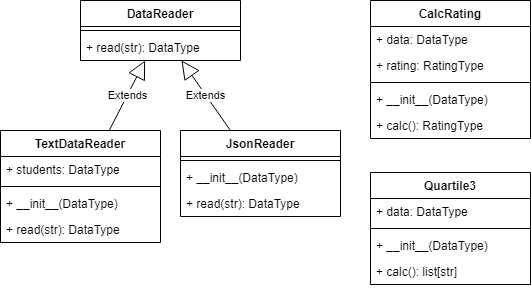
The draw.io diagram img/TP_Lab1.drawio.png in Capaldi12/PTLab1-2022, before a commit. Source tidied: cells renumbered, new cells last; positions are measured from the earlier drawing's top-left corner, leaving out a move shared by most shapes. The source it was exported from:
```xml
<mxGraphModel>
  <root>
    <mxCell id="0" />
    <mxCell id="1" parent="0" />
    <mxCell id="2" value="DataReader" style="swimlane;fontStyle=1;align=center;verticalAlign=top;horizontal=1;startSize=26;" parent="1" vertex="1">
      <mxGeometry x="80" width="160" height="60" as="geometry" />
    </mxCell>
    <mxCell id="3" style="line;strokeWidth=1;fillColor=none;align=left;verticalAlign=middle;spacingTop=-1;spacingLeft=3;spacingRight=3;labelPosition=right;strokeColor=inherit;" parent="2" vertex="1">
      <mxGeometry y="26" width="160" height="8" as="geometry" />
    </mxCell>
    <mxCell id="4" value="+ read(str): DataType" style="text;strokeColor=none;fillColor=none;align=left;verticalAlign=top;spacingLeft=4;spacingRight=4;overflow=hidden;" parent="2" vertex="1">
      <mxGeometry y="34" width="160" height="26" as="geometry" />
    </mxCell>
    <mxCell id="5" value="TextDataReader" style="swimlane;fontStyle=1;align=center;verticalAlign=top;horizontal=1;startSize=26;" parent="1" vertex="1">
      <mxGeometry y="130" width="160" height="112" as="geometry" />
    </mxCell>
    <mxCell id="6" value="+ students: DataType" style="text;strokeColor=none;fillColor=none;align=left;verticalAlign=top;spacingLeft=4;spacingRight=4;overflow=hidden;" parent="5" vertex="1">
      <mxGeometry y="26" width="160" height="26" as="geometry" />
    </mxCell>
    <mxCell id="7" style="line;strokeWidth=1;fillColor=none;align=left;verticalAlign=middle;spacingTop=-1;spacingLeft=3;spacingRight=3;labelPosition=right;strokeColor=inherit;" parent="5" vertex="1">
      <mxGeometry y="52" width="160" height="8" as="geometry" />
    </mxCell>
    <mxCell id="8" value="+ __init__(DataType)" style="text;strokeColor=none;fillColor=none;align=left;verticalAlign=top;spacingLeft=4;spacingRight=4;overflow=hidden;" parent="5" vertex="1">
      <mxGeometry y="60" width="160" height="26" as="geometry" />
    </mxCell>
    <mxCell id="9" value="+ read(str): DataType" style="text;strokeColor=none;fillColor=none;align=left;verticalAlign=top;spacingLeft=4;spacingRight=4;overflow=hidden;" parent="5" vertex="1">
      <mxGeometry y="86" width="160" height="26" as="geometry" />
    </mxCell>
    <mxCell id="10" value="JsonReader" style="swimlane;fontStyle=1;align=center;verticalAlign=top;horizontal=1;startSize=26;" parent="1" vertex="1">
      <mxGeometry x="180" y="130" width="160" height="86" as="geometry" />
    </mxCell>
    <mxCell id="11" style="line;strokeWidth=1;fillColor=none;align=left;verticalAlign=middle;spacingTop=-1;spacingLeft=3;spacingRight=3;labelPosition=right;strokeColor=inherit;" parent="10" vertex="1">
      <mxGeometry y="26" width="160" height="8" as="geometry" />
    </mxCell>
    <mxCell id="12" value="+ __init__(DataType)" style="text;strokeColor=none;fillColor=none;align=left;verticalAlign=top;spacingLeft=4;spacingRight=4;overflow=hidden;" parent="10" vertex="1">
      <mxGeometry y="34" width="160" height="26" as="geometry" />
    </mxCell>
    <mxCell id="13" value="+ read(str): DataType" style="text;strokeColor=none;fillColor=none;align=left;verticalAlign=top;spacingLeft=4;spacingRight=4;overflow=hidden;" parent="10" vertex="1">
      <mxGeometry y="60" width="160" height="26" as="geometry" />
    </mxCell>
    <mxCell id="14" value="Extends" style="endArrow=block;endSize=16;endFill=0;html=1;rounded=0;" parent="1" edge="1" source="5" target="2">
      <mxGeometry relative="1" as="geometry" />
    </mxCell>
    <mxCell id="15" value="Extends" style="endArrow=block;endSize=16;endFill=0;html=1;rounded=0;" parent="1" edge="1" source="10" target="2">
      <mxGeometry relative="1" as="geometry" />
    </mxCell>
    <mxCell id="16" value="CalcRating" style="swimlane;fontStyle=1;align=center;verticalAlign=top;horizontal=1;startSize=26;" parent="1" vertex="1">
      <mxGeometry x="370" width="160" height="138" as="geometry" />
    </mxCell>
    <mxCell id="17" value="+ data: DataType" style="text;strokeColor=none;fillColor=none;align=left;verticalAlign=top;spacingLeft=4;spacingRight=4;overflow=hidden;" parent="16" vertex="1">
      <mxGeometry y="26" width="160" height="26" as="geometry" />
    </mxCell>
    <mxCell id="18" value="+ rating: RatingType" style="text;strokeColor=none;fillColor=none;align=left;verticalAlign=top;spacingLeft=4;spacingRight=4;overflow=hidden;" parent="16" vertex="1">
      <mxGeometry y="52" width="160" height="26" as="geometry" />
    </mxCell>
    <mxCell id="19" style="line;strokeWidth=1;fillColor=none;align=left;verticalAlign=middle;spacingTop=-1;spacingLeft=3;spacingRight=3;labelPosition=right;strokeColor=inherit;" parent="16" vertex="1">
      <mxGeometry y="78" width="160" height="8" as="geometry" />
    </mxCell>
    <mxCell id="20" value="+ __init__(DataType)" style="text;strokeColor=none;fillColor=none;align=left;verticalAlign=top;spacingLeft=4;spacingRight=4;overflow=hidden;" parent="16" vertex="1">
      <mxGeometry y="86" width="160" height="26" as="geometry" />
    </mxCell>
    <mxCell id="21" value="+ calc(): RatingType" style="text;strokeColor=none;fillColor=none;align=left;verticalAlign=top;spacingLeft=4;spacingRight=4;overflow=hidden;" parent="16" vertex="1">
      <mxGeometry y="112" width="160" height="26" as="geometry" />
    </mxCell>
    <mxCell id="22" value="Quartile3" style="swimlane;fontStyle=1;align=center;verticalAlign=top;horizontal=1;startSize=26;" parent="1" vertex="1">
      <mxGeometry x="370" y="172" width="160" height="112" as="geometry" />
    </mxCell>
    <mxCell id="23" value="+ data: DataType" style="text;strokeColor=none;fillColor=none;align=left;verticalAlign=top;spacingLeft=4;spacingRight=4;overflow=hidden;" parent="22" vertex="1">
      <mxGeometry y="26" width="160" height="26" as="geometry" />
    </mxCell>
    <mxCell id="24" style="line;strokeWidth=1;fillColor=none;align=left;verticalAlign=middle;spacingTop=-1;spacingLeft=3;spacingRight=3;labelPosition=right;strokeColor=inherit;" parent="22" vertex="1">
      <mxGeometry y="52" width="160" height="8" as="geometry" />
    </mxCell>
    <mxCell id="25" value="+ __init__(DataType)" style="text;strokeColor=none;fillColor=none;align=left;verticalAlign=top;spacingLeft=4;spacingRight=4;overflow=hidden;" parent="22" vertex="1">
      <mxGeometry y="60" width="160" height="26" as="geometry" />
    </mxCell>
    <mxCell id="26" value="+ calc(): list[str]" style="text;strokeColor=none;fillColor=none;align=left;verticalAlign=top;spacingLeft=4;spacingRight=4;overflow=hidden;" parent="22" vertex="1">
      <mxGeometry y="86" width="160" height="26" as="geometry" />
    </mxCell>
  </root>
</mxGraphModel>
```
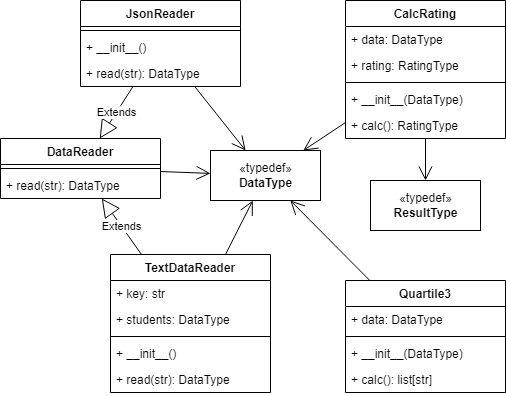
Above is the later version.

Change to the diagram source:
```diff
@@ -3,7 +3,7 @@
     <mxCell id="0" />
     <mxCell id="1" parent="0" />
     <mxCell id="2" value="DataReader" style="swimlane;fontStyle=1;align=center;verticalAlign=top;horizontal=1;startSize=26;" parent="1" vertex="1">
-      <mxGeometry x="80" width="160" height="60" as="geometry" />
+      <mxGeometry x="110" y="-20" width="160" height="60" as="geometry" />
     </mxCell>
     <mxCell id="3" style="line;strokeWidth=1;fillColor=none;align=left;verticalAlign=middle;spacingTop=-1;spacingLeft=3;spacingRight=3;labelPosition=right;strokeColor=inherit;" parent="2" vertex="1">
       <mxGeometry y="26" width="160" height="8" as="geometry" />
@@ -12,27 +12,30 @@
       <mxGeometry y="34" width="160" height="26" as="geometry" />
     </mxCell>
     <mxCell id="5" value="TextDataReader" style="swimlane;fontStyle=1;align=center;verticalAlign=top;horizontal=1;startSize=26;" parent="1" vertex="1">
-      <mxGeometry y="130" width="160" height="112" as="geometry" />
+      <mxGeometry x="220" y="96" width="160" height="138" as="geometry" />
     </mxCell>
+    <mxCell id="27" value="+ key: str" style="text;strokeColor=none;fillColor=none;align=left;verticalAlign=top;spacingLeft=4;spacingRight=4;overflow=hidden;" parent="5" vertex="1">
+      <mxGeometry y="26" width="160" height="26" as="geometry" />
+    </mxCell>
     <mxCell id="6" value="+ students: DataType" style="text;strokeColor=none;fillColor=none;align=left;verticalAlign=top;spacingLeft=4;spacingRight=4;overflow=hidden;" parent="5" vertex="1">
-      <mxGeometry y="26" width="160" height="26" as="geometry" />
+      <mxGeometry y="52" width="160" height="26" as="geometry" />
     </mxCell>
     <mxCell id="7" style="line;strokeWidth=1;fillColor=none;align=left;verticalAlign=middle;spacingTop=-1;spacingLeft=3;spacingRight=3;labelPosition=right;strokeColor=inherit;" parent="5" vertex="1">
-      <mxGeometry y="52" width="160" height="8" as="geometry" />
+      <mxGeometry y="78" width="160" height="8" as="geometry" />
     </mxCell>
-    <mxCell id="8" value="+ __init__(DataType)" style="text;strokeColor=none;fillColor=none;align=left;verticalAlign=top;spacingLeft=4;spacingRight=4;overflow=hidden;" parent="5" vertex="1">
-      <mxGeometry y="60" width="160" height="26" as="geometry" />
+    <mxCell id="8" value="+ __init__()" style="text;strokeColor=none;fillColor=none;align=left;verticalAlign=top;spacingLeft=4;spacingRight=4;overflow=hidden;" parent="5" vertex="1">
+      <mxGeometry y="86" width="160" height="26" as="geometry" />
     </mxCell>
     <mxCell id="9" value="+ read(str): DataType" style="text;strokeColor=none;fillColor=none;align=left;verticalAlign=top;spacingLeft=4;spacingRight=4;overflow=hidden;" parent="5" vertex="1">
-      <mxGeometry y="86" width="160" height="26" as="geometry" />
+      <mxGeometry y="112" width="160" height="26" as="geometry" />
     </mxCell>
     <mxCell id="10" value="JsonReader" style="swimlane;fontStyle=1;align=center;verticalAlign=top;horizontal=1;startSize=26;" parent="1" vertex="1">
-      <mxGeometry x="180" y="130" width="160" height="86" as="geometry" />
+      <mxGeometry x="190" y="-158" width="160" height="86" as="geometry" />
     </mxCell>
     <mxCell id="11" style="line;strokeWidth=1;fillColor=none;align=left;verticalAlign=middle;spacingTop=-1;spacingLeft=3;spacingRight=3;labelPosition=right;strokeColor=inherit;" parent="10" vertex="1">
       <mxGeometry y="26" width="160" height="8" as="geometry" />
     </mxCell>
-    <mxCell id="12" value="+ __init__(DataType)" style="text;strokeColor=none;fillColor=none;align=left;verticalAlign=top;spacingLeft=4;spacingRight=4;overflow=hidden;" parent="10" vertex="1">
+    <mxCell id="12" value="+ __init__()" style="text;strokeColor=none;fillColor=none;align=left;verticalAlign=top;spacingLeft=4;spacingRight=4;overflow=hidden;" parent="10" vertex="1">
       <mxGeometry y="34" width="160" height="26" as="geometry" />
     </mxCell>
     <mxCell id="13" value="+ read(str): DataType" style="text;strokeColor=none;fillColor=none;align=left;verticalAlign=top;spacingLeft=4;spacingRight=4;overflow=hidden;" parent="10" vertex="1">
@@ -45,7 +48,7 @@
       <mxGeometry relative="1" as="geometry" />
     </mxCell>
     <mxCell id="16" value="CalcRating" style="swimlane;fontStyle=1;align=center;verticalAlign=top;horizontal=1;startSize=26;" parent="1" vertex="1">
-      <mxGeometry x="370" width="160" height="138" as="geometry" />
+      <mxGeometry x="455" y="-158" width="160" height="138" as="geometry" />
     </mxCell>
     <mxCell id="17" value="+ data: DataType" style="text;strokeColor=none;fillColor=none;align=left;verticalAlign=top;spacingLeft=4;spacingRight=4;overflow=hidden;" parent="16" vertex="1">
       <mxGeometry y="26" width="160" height="26" as="geometry" />
@@ -63,7 +66,7 @@
       <mxGeometry y="112" width="160" height="26" as="geometry" />
     </mxCell>
     <mxCell id="22" value="Quartile3" style="swimlane;fontStyle=1;align=center;verticalAlign=top;horizontal=1;startSize=26;" parent="1" vertex="1">
-      <mxGeometry x="370" y="172" width="160" height="112" as="geometry" />
+      <mxGeometry x="455" y="122" width="160" height="112" as="geometry" />
     </mxCell>
     <mxCell id="23" value="+ data: DataType" style="text;strokeColor=none;fillColor=none;align=left;verticalAlign=top;spacingLeft=4;spacingRight=4;overflow=hidden;" parent="22" vertex="1">
       <mxGeometry y="26" width="160" height="26" as="geometry" />
@@ -77,5 +80,29 @@
     <mxCell id="26" value="+ calc(): list[str]" style="text;strokeColor=none;fillColor=none;align=left;verticalAlign=top;spacingLeft=4;spacingRight=4;overflow=hidden;" parent="22" vertex="1">
       <mxGeometry y="86" width="160" height="26" as="geometry" />
     </mxCell>
+    <mxCell id="28" value="«typedef»&lt;br&gt;&lt;b&gt;DataType&lt;/b&gt;" style="html=1;" parent="1" vertex="1">
+      <mxGeometry x="320" y="-8" width="110" height="50" as="geometry" />
+    </mxCell>
+    <mxCell id="29" value="«typedef»&lt;br&gt;&lt;b&gt;ResultType&lt;/b&gt;" style="html=1;" parent="1" vertex="1">
+      <mxGeometry x="480" y="22" width="110" height="50" as="geometry" />
+    </mxCell>
+    <mxCell id="30" style="endArrow=open;endFill=1;endSize=12;html=1;rounded=0;" parent="1" edge="1" source="10" target="28">
+      <mxGeometry relative="1" as="geometry" />
+    </mxCell>
+    <mxCell id="31" style="endArrow=open;endFill=1;endSize=12;html=1;rounded=0;" parent="1" edge="1" source="2" target="28">
+      <mxGeometry relative="1" as="geometry" />
+    </mxCell>
+    <mxCell id="32" style="endArrow=open;endFill=1;endSize=12;html=1;rounded=0;" parent="1" edge="1" source="5" target="28">
+      <mxGeometry relative="1" as="geometry" />
+    </mxCell>
+    <mxCell id="33" style="endArrow=open;endFill=1;endSize=12;html=1;rounded=0;" parent="1" edge="1" source="22" target="28">
+      <mxGeometry relative="1" as="geometry" />
+    </mxCell>
+    <mxCell id="34" style="endArrow=open;endFill=1;endSize=12;html=1;rounded=0;" parent="1" edge="1" source="16" target="28">
+      <mxGeometry relative="1" as="geometry" />
+    </mxCell>
+    <mxCell id="35" style="endArrow=open;endFill=1;endSize=12;html=1;rounded=0;" parent="1" edge="1" source="16" target="29">
+      <mxGeometry relative="1" as="geometry" />
+    </mxCell>
   </root>
 </mxGraphModel>
```
